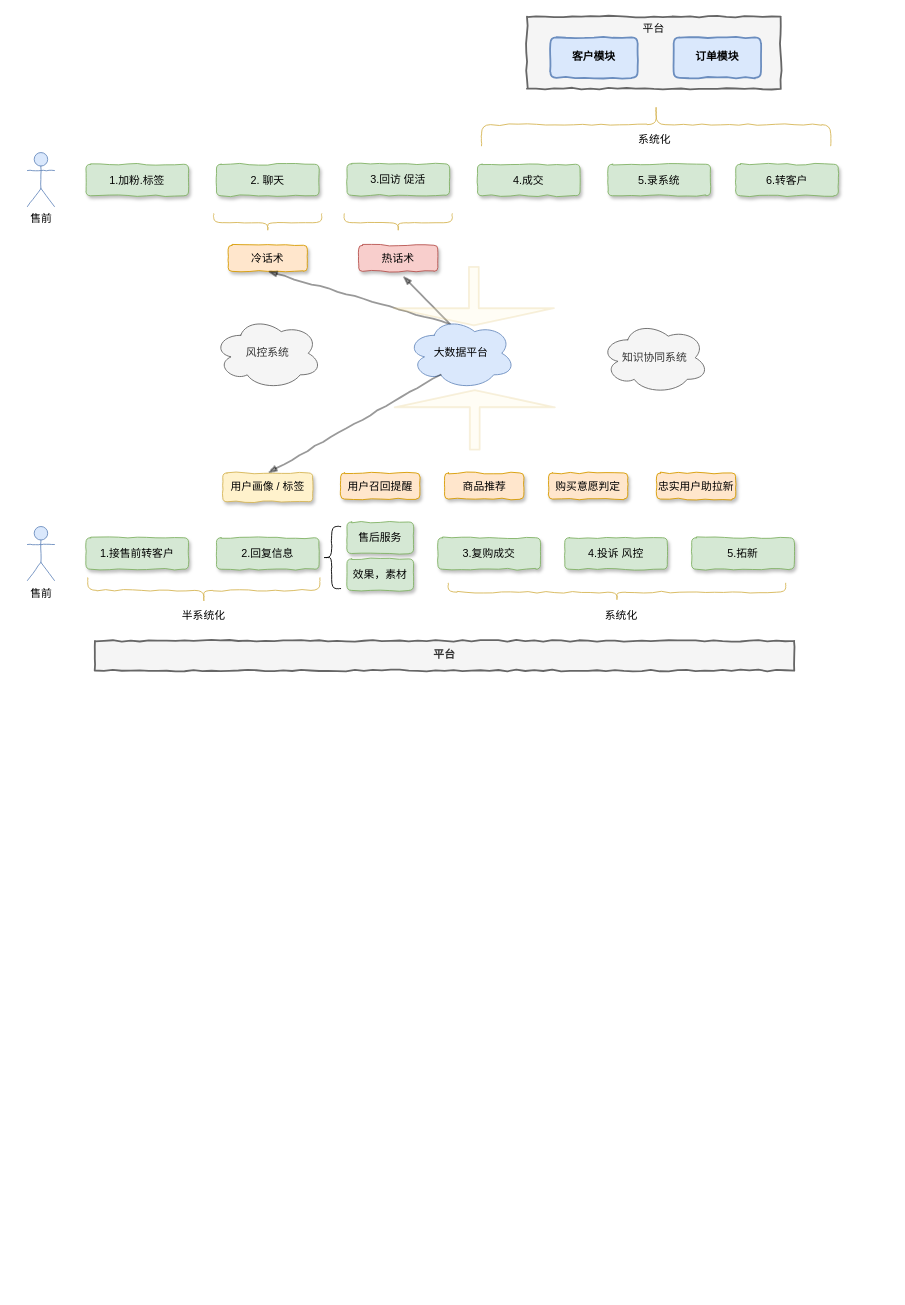
Before: page "第 2 页" (2 of 2) of 洋葱结构梳理.drawio in chenyz/EGOTableViewPullRefresh, a draw.io diagram. Source tidied: cells renumbered, new cells numbered last; positions are measured from the earlier drawing's top-left corner, leaving out a move shared by most shapes. Both pictures are drawn from the tidied source at 90%, with x=0, y=0 at pixel (27, -50). Pictures stored in the file or linked from it are replaced by grey dashed boxes.
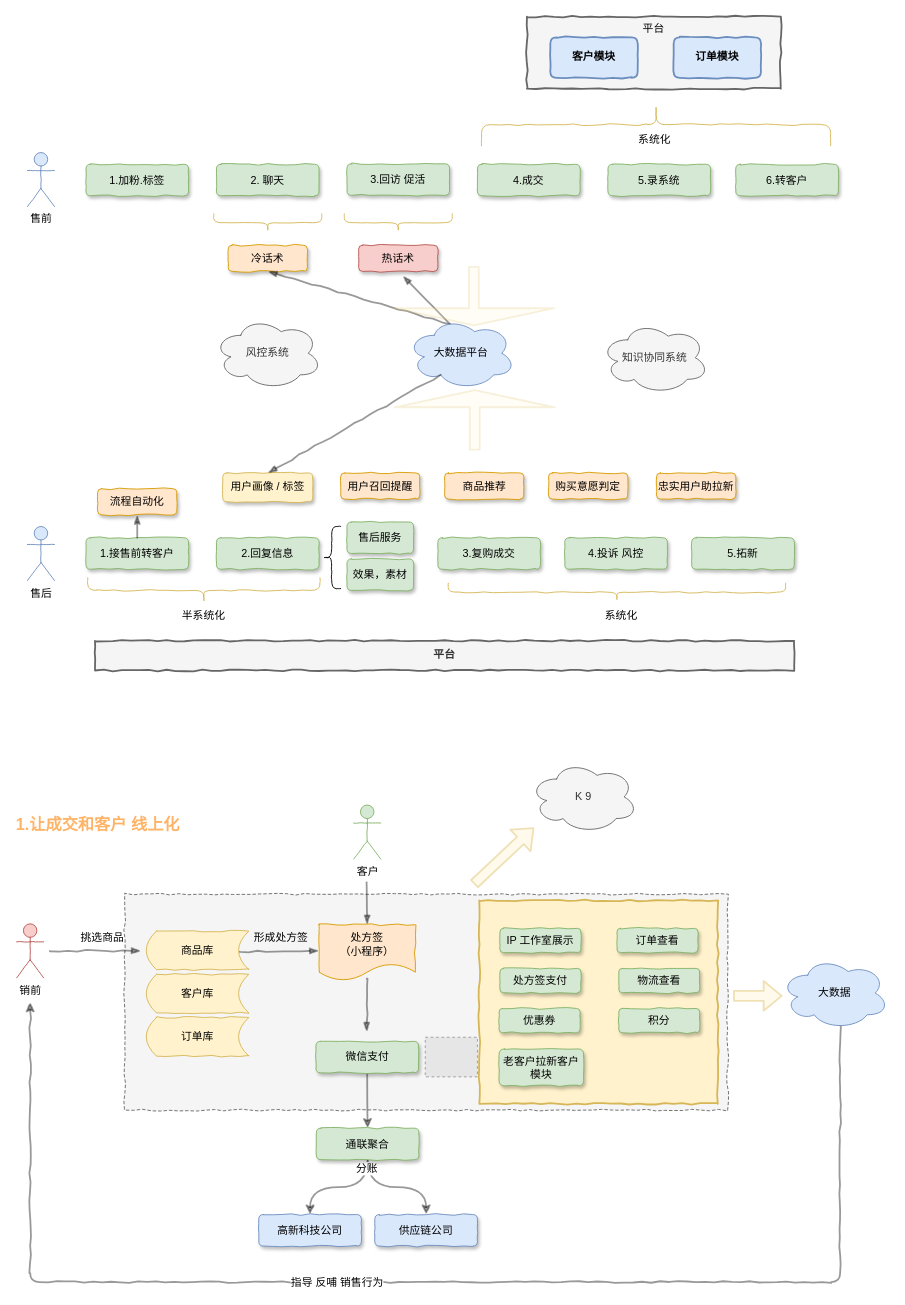
After the change.

Commit message:
更新洋葱结构梳理.drawio

The change refers to these unchanged cells:
```xml
<mxCell id="20" value="1.接售前转客户" style="rounded=1;whiteSpace=wrap;html=1;shadow=1;comic=1;fillColor=#d5e8d4;strokeColor=#82b366;glass=0;" parent="1" vertex="1">
  <mxGeometry x="65" y="653" width="114" height="35" as="geometry" />
</mxCell>
```

Change to the diagram source:
```diff
@@
+    <mxCell id="46" style="html=1;whiteSpace=wrap;comic=1;strokeWidth=1;fontFamily=Comic Sans MS;fontStyle=1;rounded=0;shadow=0;glass=0;dashed=1;fillColor=#f5f5f5;strokeColor=#666666;fontColor=#333333;" parent="1" vertex="1">
+      <mxGeometry x="108" y="1049" width="670" height="240" as="geometry" />
+    </mxCell>
+    <mxCell id="47" style="html=1;whiteSpace=wrap;comic=1;strokeWidth=2;fontFamily=Comic Sans MS;fontStyle=1;rounded=0;shadow=0;glass=0;fillColor=#fff2cc;strokeColor=#d6b656;" parent="1" vertex="1">
+      <mxGeometry x="502" y="1056" width="265" height="226" as="geometry" />
+    </mxCell>
@@
-    <mxCell id="19" value="售前" style="shape=umlActor;verticalLabelPosition=bottom;labelBackgroundColor=#ffffff;verticalAlign=top;html=1;rounded=1;shadow=0;glass=0;comic=1;strokeWidth=1;fillColor=#dae8fc;strokeColor=#6c8ebf;" parent="1" vertex="1">
+    <mxCell id="19" value="售后" style="shape=umlActor;verticalLabelPosition=bottom;labelBackgroundColor=#ffffff;verticalAlign=top;html=1;rounded=1;shadow=0;glass=0;comic=1;strokeWidth=1;fillColor=#dae8fc;strokeColor=#6c8ebf;" parent="1" vertex="1">
       <mxGeometry y="640.5" width="30" height="60" as="geometry" />
     </mxCell>
@@
+    <mxCell id="48" style="edgeStyle=orthogonalEdgeStyle;curved=1;rounded=1;comic=1;jettySize=auto;html=1;exitX=0.5;exitY=1;exitDx=0;exitDy=0;entryX=0.5;entryY=0;entryDx=0;entryDy=0;startArrow=classicThin;startFill=1;endArrow=none;endFill=0;strokeColor=#000000;strokeWidth=2;opacity=40;" parent="1" edge="1" source="49" target="20">
+      <mxGeometry relative="1" as="geometry" />
+    </mxCell>
+    <mxCell id="49" value="流程自动化" style="rounded=1;whiteSpace=wrap;html=1;shadow=1;comic=1;fillColor=#ffe6cc;strokeColor=#d79b00;glass=0;" parent="1" vertex="1">
+      <mxGeometry x="78" y="598.5" width="88" height="29" as="geometry" />
+    </mxCell>
+    <mxCell id="50" value="销前" style="shape=umlActor;verticalLabelPosition=bottom;labelBackgroundColor=#ffffff;verticalAlign=top;html=1;rounded=0;shadow=0;glass=0;comic=1;strokeWidth=1;fillColor=#f8cecc;strokeColor=#b85450;" parent="1" vertex="1">
+      <mxGeometry x="-12" y="1082" width="30" height="60" as="geometry" />
+    </mxCell>
+    <mxCell id="51" value="&lt;font style=&quot;font-size: 18px&quot; color=&quot;#ffb366&quot;&gt;1.让成交和客户 线上化&lt;/font&gt;" style="text;strokeColor=none;fillColor=none;html=1;fontSize=24;fontStyle=1;verticalAlign=middle;align=center;rounded=0;shadow=0;glass=0;comic=1;" parent="1" vertex="1">
+      <mxGeometry x="28" y="950" width="100" height="40" as="geometry" />
+    </mxCell>
+    <mxCell id="52" style="rounded=0;comic=1;strokeWidth=2;endArrow=blockThin;html=1;fontFamily=Comic Sans MS;fontStyle=1;opacity=40;" parent="1" edge="1">
+      <mxGeometry relative="1" as="geometry">
+        <mxPoint x="25" y="1112" as="sourcePoint" />
+        <mxPoint x="126" y="1112" as="targetPoint" />
+      </mxGeometry>
+    </mxCell>
+    <mxCell id="53" value="商品库" style="shape=dataStorage;whiteSpace=wrap;html=1;rounded=0;shadow=0;glass=0;comic=1;strokeWidth=1;fillColor=#fff2cc;strokeColor=#d6b656;" parent="1" vertex="1">
+      <mxGeometry x="132" y="1090" width="114" height="43" as="geometry" />
+    </mxCell>
+    <mxCell id="54" value="挑选商品" style="text;html=1;strokeColor=none;fillColor=none;align=center;verticalAlign=middle;whiteSpace=wrap;rounded=0;shadow=0;glass=0;comic=1;" parent="1" vertex="1">
+      <mxGeometry x="56" y="1087" width="55" height="20" as="geometry" />
+    </mxCell>
+    <mxCell id="55" value="处方签&lt;br&gt;（小程序）&lt;br&gt;" style="shape=document;whiteSpace=wrap;html=1;boundedLbl=1;rounded=0;shadow=0;glass=0;comic=1;strokeWidth=1;fillColor=#ffe6cc;strokeColor=#d79b00;" parent="1" vertex="1">
+      <mxGeometry x="324" y="1083" width="107" height="62" as="geometry" />
+    </mxCell>
+    <mxCell id="56" style="rounded=0;comic=1;strokeWidth=2;endArrow=blockThin;html=1;fontFamily=Comic Sans MS;fontStyle=1;opacity=40;exitX=0.895;exitY=0.515;exitDx=0;exitDy=0;exitPerimeter=0;" parent="1" edge="1">
+      <mxGeometry relative="1" as="geometry">
+        <mxPoint x="236" y="1113" as="sourcePoint" />
+        <mxPoint x="324" y="1112" as="targetPoint" />
+      </mxGeometry>
+    </mxCell>
+    <mxCell id="57" value="客户" style="shape=umlActor;verticalLabelPosition=bottom;labelBackgroundColor=#ffffff;verticalAlign=top;html=1;rounded=0;shadow=0;glass=0;comic=1;strokeWidth=1;fillColor=#d5e8d4;strokeColor=#82b366;" parent="1" vertex="1">
+      <mxGeometry x="362.5" y="950" width="30" height="60" as="geometry" />
+    </mxCell>
+    <mxCell id="58" style="rounded=0;comic=1;strokeWidth=2;endArrow=blockThin;html=1;fontFamily=Comic Sans MS;fontStyle=1;opacity=40;entryX=0.5;entryY=0;entryDx=0;entryDy=0;" parent="1" edge="1" target="55">
+      <mxGeometry relative="1" as="geometry">
+        <mxPoint x="377" y="1036" as="sourcePoint" />
+      </mxGeometry>
+    </mxCell>
+    <mxCell id="59" style="edgeStyle=orthogonalEdgeStyle;curved=1;rounded=1;comic=1;jettySize=auto;html=1;exitX=0.5;exitY=1;exitDx=0;exitDy=0;startArrow=none;startFill=0;endArrow=classic;endFill=1;strokeColor=#000000;strokeWidth=2;opacity=40;" parent="1" edge="1" source="60" target="66">
+      <mxGeometry relative="1" as="geometry" />
+    </mxCell>
+    <mxCell id="60" value="微信支付" style="rounded=1;whiteSpace=wrap;html=1;shadow=1;comic=1;fillColor=#d5e8d4;strokeColor=#82b366;glass=0;" parent="1" vertex="1">
+      <mxGeometry x="320.5" y="1212.5" width="114" height="35" as="geometry" />
+    </mxCell>
+    <mxCell id="61" style="fillColor=#E6E6E6;strokeColor=#999999;dashed=1;verticalLabelPosition=bottom;labelBackgroundColor=#ffffff;verticalAlign=top;" parent="1" vertex="1">
+      <mxGeometry x="442" y="1208" width="58" height="44" as="geometry" />
+    </mxCell>
+    <mxCell id="62" style="rounded=0;comic=1;strokeWidth=2;endArrow=blockThin;html=1;fontFamily=Comic Sans MS;fontStyle=1;opacity=40;" parent="1" edge="1">
+      <mxGeometry relative="1" as="geometry">
+        <mxPoint x="377" y="1143" as="sourcePoint" />
+        <mxPoint x="377" y="1202" as="targetPoint" />
+      </mxGeometry>
+    </mxCell>
+    <mxCell id="63" style="edgeStyle=orthogonalEdgeStyle;curved=1;rounded=1;comic=1;jettySize=auto;html=1;exitX=0.5;exitY=1;exitDx=0;exitDy=0;entryX=0.5;entryY=0;entryDx=0;entryDy=0;startArrow=none;startFill=0;endArrow=classic;endFill=1;strokeColor=#000000;strokeWidth=2;opacity=40;" parent="1" edge="1" source="66" target="67">
+      <mxGeometry relative="1" as="geometry" />
+    </mxCell>
+    <mxCell id="64" style="edgeStyle=orthogonalEdgeStyle;curved=1;rounded=1;comic=1;jettySize=auto;html=1;exitX=0.5;exitY=1;exitDx=0;exitDy=0;startArrow=none;startFill=0;endArrow=classic;endFill=1;strokeColor=#000000;strokeWidth=2;opacity=40;" parent="1" edge="1" source="66" target="68">
+      <mxGeometry relative="1" as="geometry" />
+    </mxCell>
+    <mxCell id="65" value="分账" style="text;html=1;align=center;verticalAlign=middle;labelBackgroundColor=#ffffff;" parent="64" vertex="1">
+      <mxGeometry x="-0.85" y="-2" relative="1" as="geometry" />
+    </mxCell>
+    <mxCell id="66" value="通联聚合" style="rounded=1;whiteSpace=wrap;html=1;shadow=1;comic=1;fillColor=#d5e8d4;strokeColor=#82b366;glass=0;" parent="1" vertex="1">
+      <mxGeometry x="321" y="1309" width="114" height="35" as="geometry" />
+    </mxCell>
+    <mxCell id="67" value="高新科技公司" style="rounded=1;whiteSpace=wrap;html=1;shadow=1;comic=1;fillColor=#dae8fc;strokeColor=#6c8ebf;glass=0;" parent="1" vertex="1">
+      <mxGeometry x="257" y="1405" width="114" height="35" as="geometry" />
+    </mxCell>
+    <mxCell id="68" value="供应链公司" style="rounded=1;whiteSpace=wrap;html=1;shadow=1;comic=1;fillColor=#dae8fc;strokeColor=#6c8ebf;glass=0;" parent="1" vertex="1">
+      <mxGeometry x="386" y="1405" width="114" height="35" as="geometry" />
+    </mxCell>
+    <mxCell id="69" value="IP 工作室展示" style="rounded=1;whiteSpace=wrap;html=1;shadow=1;comic=1;fillColor=#d5e8d4;strokeColor=#82b366;glass=0;" parent="1" vertex="1">
+      <mxGeometry x="525" y="1087" width="90" height="27" as="geometry" />
+    </mxCell>
+    <mxCell id="70" value="订单查看" style="rounded=1;whiteSpace=wrap;html=1;shadow=1;comic=1;fillColor=#d5e8d4;strokeColor=#82b366;glass=0;" parent="1" vertex="1">
+      <mxGeometry x="655" y="1087" width="90" height="27" as="geometry" />
+    </mxCell>
+    <mxCell id="71" value="处方签支付" style="rounded=1;whiteSpace=wrap;html=1;shadow=1;comic=1;fillColor=#d5e8d4;strokeColor=#82b366;glass=0;" parent="1" vertex="1">
+      <mxGeometry x="525" y="1131.5" width="90" height="27" as="geometry" />
+    </mxCell>
+    <mxCell id="72" value="物流查看" style="rounded=1;whiteSpace=wrap;html=1;shadow=1;comic=1;fillColor=#d5e8d4;strokeColor=#82b366;glass=0;" parent="1" vertex="1">
+      <mxGeometry x="657" y="1131.5" width="90" height="27" as="geometry" />
+    </mxCell>
+    <mxCell id="73" value="优惠券" style="rounded=1;whiteSpace=wrap;html=1;shadow=1;comic=1;fillColor=#d5e8d4;strokeColor=#82b366;glass=0;" parent="1" vertex="1">
+      <mxGeometry x="524" y="1176" width="90" height="27" as="geometry" />
+    </mxCell>
+    <mxCell id="74" value="积分" style="rounded=1;whiteSpace=wrap;html=1;shadow=1;comic=1;fillColor=#d5e8d4;strokeColor=#82b366;glass=0;" parent="1" vertex="1">
+      <mxGeometry x="657" y="1176" width="90" height="27" as="geometry" />
+    </mxCell>
+    <mxCell id="75" value="老客户拉新客户模块" style="rounded=1;whiteSpace=wrap;html=1;shadow=1;comic=1;fillColor=#d5e8d4;strokeColor=#82b366;glass=0;" parent="1" vertex="1">
+      <mxGeometry x="524" y="1221" width="94" height="41" as="geometry" />
+    </mxCell>
+    <mxCell id="76" style="edgeStyle=orthogonalEdgeStyle;rounded=1;comic=1;jettySize=auto;html=1;exitX=0.55;exitY=0.95;exitDx=0;exitDy=0;exitPerimeter=0;startArrow=none;startFill=0;endArrow=classic;endFill=1;strokeColor=#000000;strokeWidth=2;opacity=40;" parent="1" edge="1" source="78">
+      <mxGeometry relative="1" as="geometry">
+        <mxPoint x="3" y="1169" as="targetPoint" />
+        <Array as="points">
+          <mxPoint x="903" y="1480" />
+          <mxPoint x="3" y="1480" />
+        </Array>
+      </mxGeometry>
+    </mxCell>
+    <mxCell id="77" value="指导 反哺 销售行为" style="text;html=1;align=center;verticalAlign=middle;labelBackgroundColor=#ffffff;" parent="76" vertex="1">
+      <mxGeometry x="0.13" relative="1" as="geometry" />
+    </mxCell>
+    <mxCell id="78" value="大数据" style="ellipse;shape=cloud;whiteSpace=wrap;html=1;rounded=0;shadow=0;glass=0;comic=1;strokeWidth=1;fillColor=#dae8fc;strokeColor=#6c8ebf;" parent="1" vertex="1">
+      <mxGeometry x="837" y="1119" width="120" height="80" as="geometry" />
+    </mxCell>
+    <mxCell id="79" style="shape=flexArrow;endArrow=classic;html=1;strokeColor=#d6b656;strokeWidth=2;opacity=40;fillColor=#fff2cc;" parent="1" edge="1">
+      <mxGeometry relative="1" as="geometry">
+        <mxPoint x="784" y="1162" as="sourcePoint" />
+        <mxPoint x="839" y="1162" as="targetPoint" />
+      </mxGeometry>
+    </mxCell>
+    <mxCell id="80" value="形成处方签" style="text;html=1;strokeColor=none;fillColor=none;align=center;verticalAlign=middle;whiteSpace=wrap;rounded=0;shadow=0;glass=0;comic=1;" parent="1" vertex="1">
+      <mxGeometry x="250" y="1087" width="64" height="20" as="geometry" />
+    </mxCell>
+    <mxCell id="81" value="客户库" style="shape=dataStorage;whiteSpace=wrap;html=1;rounded=0;shadow=0;glass=0;comic=1;strokeWidth=1;fillColor=#fff2cc;strokeColor=#d6b656;" parent="1" vertex="1">
+      <mxGeometry x="132" y="1138" width="114" height="43" as="geometry" />
+    </mxCell>
+    <mxCell id="82" value="订单库" style="shape=dataStorage;whiteSpace=wrap;html=1;rounded=0;shadow=0;glass=0;comic=1;strokeWidth=1;fillColor=#fff2cc;strokeColor=#d6b656;" parent="1" vertex="1">
+      <mxGeometry x="132" y="1186" width="114" height="43" as="geometry" />
+    </mxCell>
+    <mxCell id="83" value="K 9" style="ellipse;shape=cloud;whiteSpace=wrap;html=1;rounded=0;shadow=0;glass=0;comic=1;strokeWidth=1;fillColor=#f5f5f5;strokeColor=#666666;fontColor=#333333;" parent="1" vertex="1">
+      <mxGeometry x="558" y="901" width="120" height="80" as="geometry" />
+    </mxCell>
+    <mxCell id="84" style="shape=flexArrow;endArrow=classic;html=1;strokeColor=#d6b656;strokeWidth=2;opacity=40;fillColor=#fff2cc;" parent="1" edge="1">
+      <mxGeometry relative="1" as="geometry">
+        <mxPoint x="496" y="1038" as="sourcePoint" />
+        <mxPoint x="563" y="975" as="targetPoint" />
+      </mxGeometry>
+    </mxCell>
```
